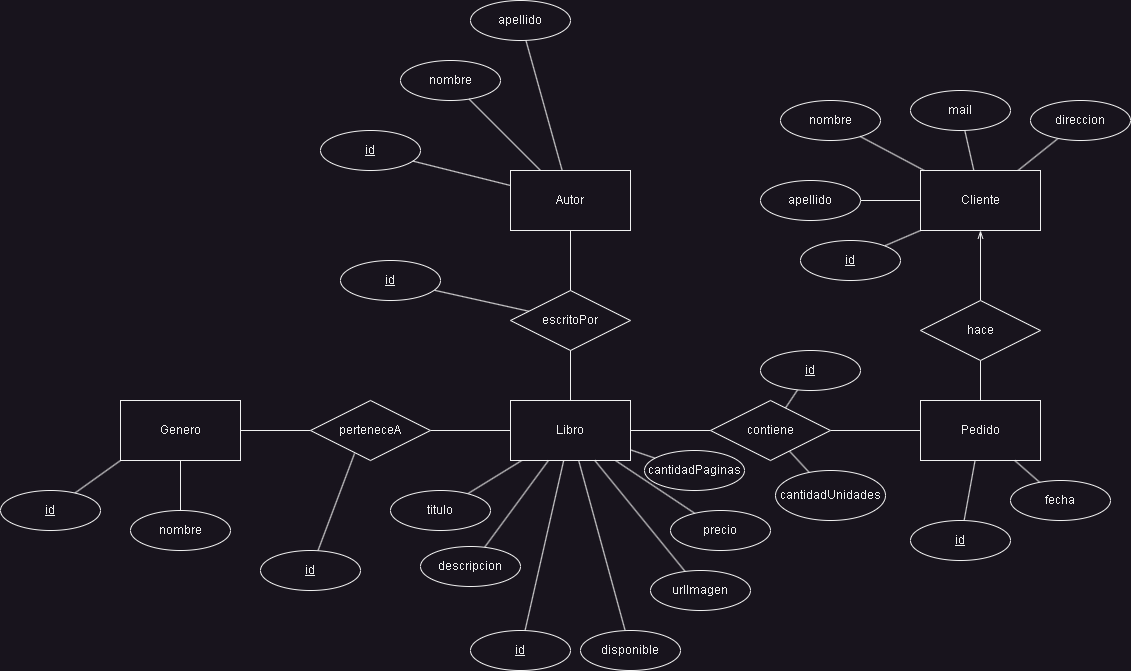
NahuelDP8/HKLibrary_Laravel keeps this draw.io diagram as documentacion/DiagramaER.png. Above is the earlier version. Source tidied: cells renumbered, new cells last; positions are measured from the earlier drawing's top-left corner, leaving out a move shared by most shapes.
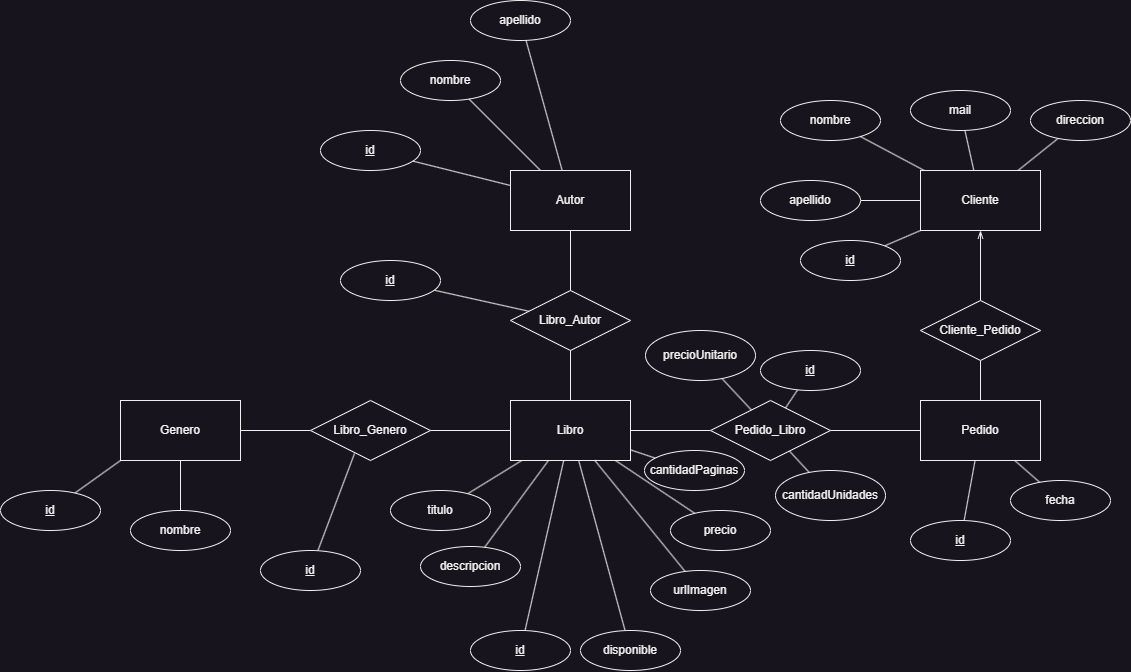
After the change.

What changed in the source:
```diff
@@ -38,7 +38,7 @@
     <mxCell id="13" style="edgeStyle=orthogonalEdgeStyle;rounded=0;jettySize=auto;html=1;endArrow=none;endFill=0;" parent="1" edge="1" source="14" target="11">
       <mxGeometry relative="1" as="geometry" />
     </mxCell>
-    <mxCell id="14" value="perteneceA" style="shape=rhombus;perimeter=rhombusPerimeter;whiteSpace=wrap;html=1;align=center;" parent="1" vertex="1">
+    <mxCell id="14" value="Libro_Genero" style="shape=rhombus;perimeter=rhombusPerimeter;whiteSpace=wrap;html=1;align=center;" parent="1" vertex="1">
       <mxGeometry x="310" y="400" width="120" height="60" as="geometry" />
     </mxCell>
     <mxCell id="15" style="edgeStyle=orthogonalEdgeStyle;rounded=0;jettySize=auto;html=1;endArrow=none;endFill=0;" parent="1" edge="1" source="17" target="12">
@@ -47,7 +47,7 @@
     <mxCell id="16" style="edgeStyle=orthogonalEdgeStyle;rounded=0;jettySize=auto;html=1;endArrow=openThin;endFill=0;" parent="1" edge="1" source="17" target="9">
       <mxGeometry relative="1" as="geometry" />
     </mxCell>
-    <mxCell id="17" value="hace" style="shape=rhombus;perimeter=rhombusPerimeter;whiteSpace=wrap;html=1;align=center;" parent="1" vertex="1">
+    <mxCell id="17" value="Cliente_Pedido" style="shape=rhombus;perimeter=rhombusPerimeter;whiteSpace=wrap;html=1;align=center;" parent="1" vertex="1">
       <mxGeometry x="920" y="300" width="120" height="60" as="geometry" />
     </mxCell>
     <mxCell id="18" style="edgeStyle=orthogonalEdgeStyle;rounded=0;jettySize=auto;html=1;endArrow=none;endFill=0;" parent="1" edge="1" source="20" target="12">
@@ -56,7 +56,7 @@
     <mxCell id="19" style="rounded=0;jettySize=auto;html=1;endArrow=none;endFill=0;" parent="1" edge="1" source="20" target="45">
       <mxGeometry relative="1" as="geometry" />
     </mxCell>
-    <mxCell id="20" value="contiene" style="shape=rhombus;perimeter=rhombusPerimeter;whiteSpace=wrap;html=1;align=center;" parent="1" vertex="1">
+    <mxCell id="20" value="Pedido_Libro" style="shape=rhombus;perimeter=rhombusPerimeter;whiteSpace=wrap;html=1;align=center;" parent="1" vertex="1">
       <mxGeometry x="710" y="400" width="120" height="60" as="geometry" />
     </mxCell>
     <mxCell id="21" value="nombre" style="ellipse;whiteSpace=wrap;html=1;align=center;" parent="1" vertex="1">
@@ -77,7 +77,7 @@
     <mxCell id="26" value="Autor" style="rounded=0;whiteSpace=wrap;html=1;" parent="1" vertex="1">
       <mxGeometry x="510" y="170" width="120" height="60" as="geometry" />
     </mxCell>
-    <mxCell id="27" value="escritoPor" style="shape=rhombus;perimeter=rhombusPerimeter;whiteSpace=wrap;html=1;align=center;" parent="1" vertex="1">
+    <mxCell id="27" value="Libro_Autor" style="shape=rhombus;perimeter=rhombusPerimeter;whiteSpace=wrap;html=1;align=center;" parent="1" vertex="1">
       <mxGeometry x="510" y="290" width="120" height="60" as="geometry" />
     </mxCell>
     <mxCell id="28" style="rounded=0;jettySize=auto;html=1;endArrow=none;endFill=0;" parent="1" edge="1" source="27" target="6">
@@ -191,5 +191,11 @@
     <mxCell id="64" value="urlImagen" style="ellipse;whiteSpace=wrap;html=1;align=center;" parent="1" vertex="1">
       <mxGeometry x="650" y="570" width="100" height="40" as="geometry" />
     </mxCell>
+    <mxCell id="65" style="rounded=0;jettySize=auto;html=1;endArrow=none;endFill=0;" parent="1" edge="1" source="20" target="66">
+      <mxGeometry relative="1" as="geometry" />
+    </mxCell>
+    <mxCell id="66" value="precioUnitario" style="ellipse;whiteSpace=wrap;html=1;align=center;" parent="1" vertex="1">
+      <mxGeometry x="645" y="330" width="110" height="50" as="geometry" />
+    </mxCell>
   </root>
 </mxGraphModel>
```
